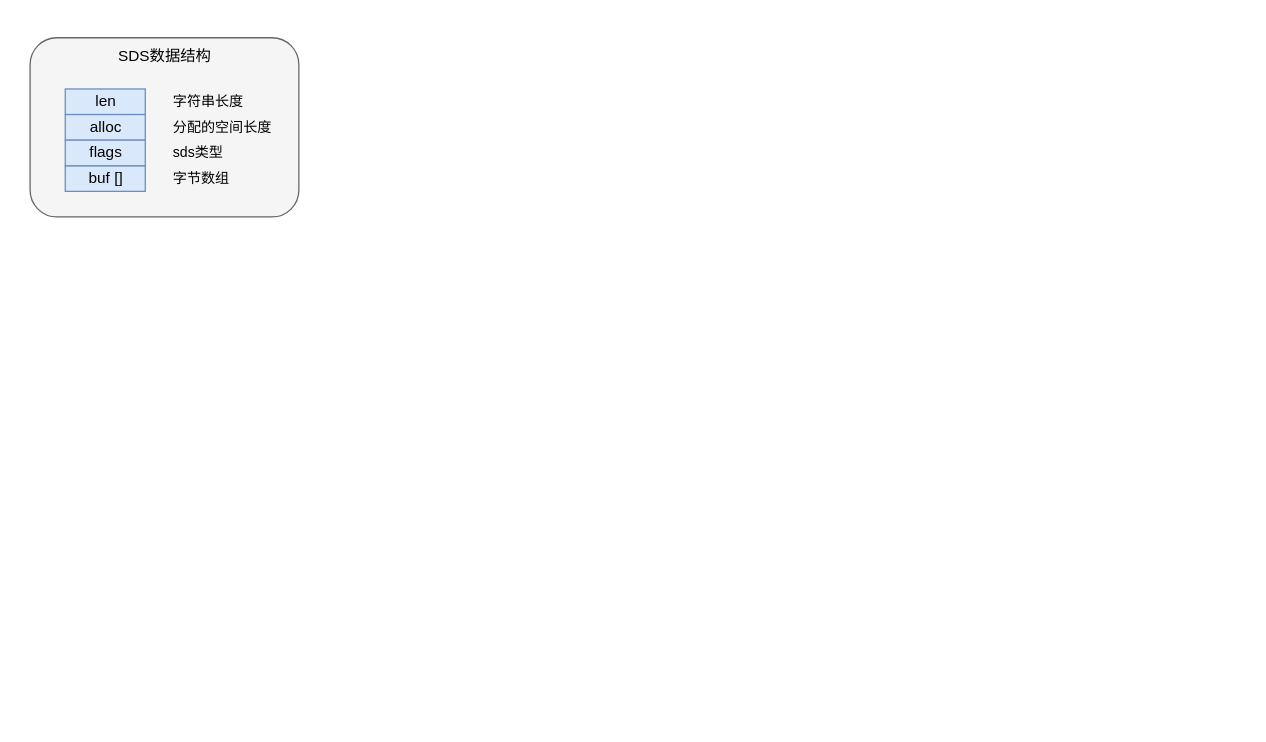
Before: redis相关图.drawio in 02maple/drawio, a draw.io diagram. Source tidied: cells renumbered, new cells numbered last; positions are measured from the earlier drawing's top-left corner, leaving out a move shared by most shapes. Both pictures are drawn from the tidied source at 128%, with x=0, y=0 at pixel (29, 37).
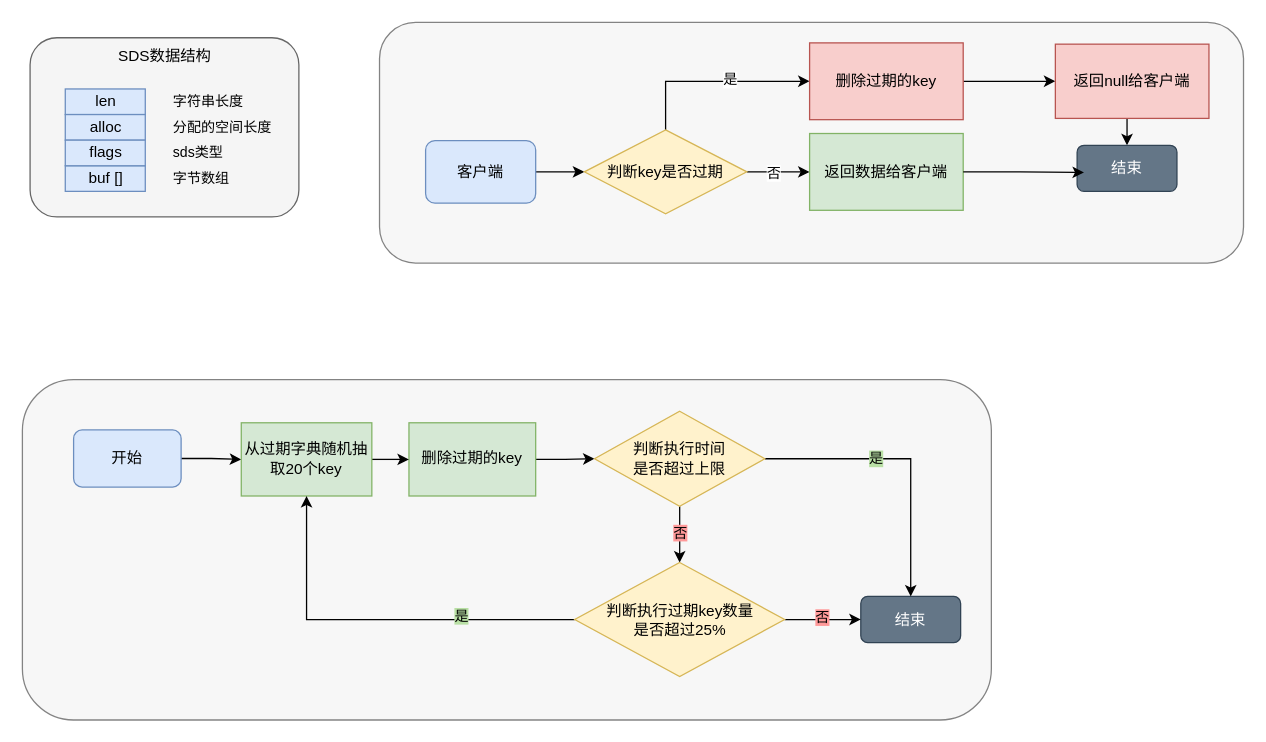
The same page after the edit.

Commit message:
更新redis相关图.drawio

Diff of the diagram source:
```diff
@@
+    <mxCell id="12" style="rounded=1;whiteSpace=wrap;html=1;opacity=80;fillColor=#f5f5f5;strokeColor=#666666;fontColor=#333333;" parent="1" vertex="1">
+      <mxGeometry x="273" y="-12" width="675" height="188" as="geometry" />
+    </mxCell>
@@
+    <mxCell id="13" style="edgeStyle=orthogonalEdgeStyle;rounded=0;jettySize=auto;html=1;exitX=1;exitY=0.5;exitDx=0;exitDy=0;entryX=0;entryY=0.5;entryDx=0;entryDy=0;" parent="1" edge="1" source="14" target="19">
+      <mxGeometry relative="1" as="geometry" />
+    </mxCell>
+    <mxCell id="14" value="客户端" style="rounded=1;whiteSpace=wrap;html=1;fillColor=#dae8fc;strokeColor=#6c8ebf;" parent="1" vertex="1">
+      <mxGeometry x="309" y="80.4" width="86" height="48.8" as="geometry" />
+    </mxCell>
+    <mxCell id="15" style="edgeStyle=orthogonalEdgeStyle;rounded=0;jettySize=auto;html=1;exitX=0.5;exitY=0;exitDx=0;exitDy=0;entryX=0;entryY=0.5;entryDx=0;entryDy=0;" parent="1" edge="1" source="19" target="21">
+      <mxGeometry relative="1" as="geometry" />
+    </mxCell>
+    <mxCell id="16" value="是" style="edgeLabel;html=1;align=center;verticalAlign=middle;" parent="15" vertex="1">
+      <mxGeometry x="-0.06" y="2" relative="1" as="geometry">
+        <mxPoint x="17" as="offset" />
+      </mxGeometry>
+    </mxCell>
+    <mxCell id="17" style="edgeStyle=orthogonalEdgeStyle;rounded=0;jettySize=auto;html=1;exitX=1;exitY=0.5;exitDx=0;exitDy=0;entryX=0;entryY=0.5;entryDx=0;entryDy=0;" parent="1" edge="1" source="19" target="22">
+      <mxGeometry relative="1" as="geometry" />
+    </mxCell>
+    <mxCell id="18" value="否" style="edgeLabel;html=1;align=center;verticalAlign=middle;" parent="17" vertex="1">
+      <mxGeometry x="-0.14" y="-1" relative="1" as="geometry" />
+    </mxCell>
+    <mxCell id="19" value="判断key是否过期" style="rhombus;whiteSpace=wrap;html=1;fillColor=#fff2cc;strokeColor=#d6b656;" parent="1" vertex="1">
+      <mxGeometry x="433" y="72" width="127" height="65.5" as="geometry" />
+    </mxCell>
+    <mxCell id="20" style="edgeStyle=orthogonalEdgeStyle;rounded=0;jettySize=auto;html=1;exitX=1;exitY=0.5;exitDx=0;exitDy=0;entryX=0;entryY=0.5;entryDx=0;entryDy=0;" parent="1" edge="1" source="21" target="24">
+      <mxGeometry relative="1" as="geometry" />
+    </mxCell>
+    <mxCell id="21" value="删除过期的key" style="rounded=0;whiteSpace=wrap;html=1;fillColor=#f8cecc;strokeColor=#b85450;" parent="1" vertex="1">
+      <mxGeometry x="609" y="4" width="120" height="60" as="geometry" />
+    </mxCell>
+    <mxCell id="22" value="返回数据给客户端" style="rounded=0;whiteSpace=wrap;html=1;fillColor=#d5e8d4;strokeColor=#82b366;" parent="1" vertex="1">
+      <mxGeometry x="609" y="74.8" width="120" height="60" as="geometry" />
+    </mxCell>
+    <mxCell id="23" style="edgeStyle=orthogonalEdgeStyle;rounded=0;jettySize=auto;html=1;exitX=0.5;exitY=1;exitDx=0;exitDy=0;entryX=0.5;entryY=0;entryDx=0;entryDy=0;" parent="1" edge="1" source="24" target="25">
+      <mxGeometry relative="1" as="geometry" />
+    </mxCell>
+    <mxCell id="24" value="返回null给客户端" style="rounded=0;whiteSpace=wrap;html=1;fillColor=#f8cecc;strokeColor=#b85450;" parent="1" vertex="1">
+      <mxGeometry x="801" y="5" width="120" height="58" as="geometry" />
+    </mxCell>
+    <mxCell id="25" value="结束" style="rounded=1;whiteSpace=wrap;html=1;fillColor=#647687;fontColor=#ffffff;strokeColor=#314354;" parent="1" vertex="1">
+      <mxGeometry x="818" y="84" width="78" height="36" as="geometry" />
+    </mxCell>
+    <mxCell id="26" style="edgeStyle=orthogonalEdgeStyle;rounded=0;jettySize=auto;html=1;exitX=1;exitY=0.5;exitDx=0;exitDy=0;entryX=0.069;entryY=0.59;entryDx=0;entryDy=0;entryPerimeter=0;" parent="1" edge="1" source="22" target="25">
+      <mxGeometry relative="1" as="geometry" />
+    </mxCell>
+    <mxCell id="27" style="rounded=1;whiteSpace=wrap;html=1;opacity=80;fillColor=#f5f5f5;strokeColor=#666666;fontColor=#333333;" parent="1" vertex="1">
+      <mxGeometry x="-6" y="267" width="757" height="266" as="geometry" />
+    </mxCell>
+    <mxCell id="28" style="edgeStyle=orthogonalEdgeStyle;rounded=0;jettySize=auto;html=1;exitX=1;exitY=0.5;exitDx=0;exitDy=0;" parent="1" edge="1" source="29" target="34">
+      <mxGeometry relative="1" as="geometry" />
+    </mxCell>
+    <mxCell id="29" value="开始" style="rounded=1;whiteSpace=wrap;html=1;fillColor=#dae8fc;strokeColor=#6c8ebf;" parent="1" vertex="1">
+      <mxGeometry x="34" y="306.4" width="84" height="44.6" as="geometry" />
+    </mxCell>
+    <mxCell id="30" style="edgeStyle=orthogonalEdgeStyle;rounded=0;jettySize=auto;html=1;" parent="1" edge="1" source="31" target="39">
+      <mxGeometry relative="1" as="geometry" />
+    </mxCell>
+    <mxCell id="31" value="删除过期的key" style="rounded=0;whiteSpace=wrap;html=1;fillColor=#d5e8d4;strokeColor=#82b366;" parent="1" vertex="1">
+      <mxGeometry x="296" y="300.8" width="99" height="57.2" as="geometry" />
+    </mxCell>
+    <mxCell id="32" value="结束" style="rounded=1;whiteSpace=wrap;html=1;fillColor=#647687;fontColor=#ffffff;strokeColor=#314354;" parent="1" vertex="1">
+      <mxGeometry x="649" y="436.5" width="78" height="36" as="geometry" />
+    </mxCell>
+    <mxCell id="33" style="edgeStyle=orthogonalEdgeStyle;rounded=0;jettySize=auto;html=1;exitX=1;exitY=0.5;exitDx=0;exitDy=0;" parent="1" edge="1" source="34" target="31">
+      <mxGeometry relative="1" as="geometry" />
+    </mxCell>
+    <mxCell id="34" value="从过期字典随机抽取20个key" style="rounded=0;whiteSpace=wrap;html=1;fillColor=#d5e8d4;strokeColor=#82b366;" parent="1" vertex="1">
+      <mxGeometry x="165" y="300.8" width="102" height="57.2" as="geometry" />
+    </mxCell>
+    <mxCell id="35" style="edgeStyle=orthogonalEdgeStyle;rounded=0;jettySize=auto;html=1;exitX=1;exitY=0.5;exitDx=0;exitDy=0;entryX=0.5;entryY=0;entryDx=0;entryDy=0;" parent="1" edge="1" source="39" target="32">
+      <mxGeometry relative="1" as="geometry" />
+    </mxCell>
+    <mxCell id="36" value="是" style="edgeLabel;html=1;align=center;verticalAlign=middle;labelBackgroundColor=#B9E0A5;" parent="35" vertex="1">
+      <mxGeometry x="-0.22" relative="1" as="geometry" />
+    </mxCell>
+    <mxCell id="37" style="edgeStyle=orthogonalEdgeStyle;rounded=0;jettySize=auto;html=1;" parent="1" edge="1" source="39" target="44">
+      <mxGeometry relative="1" as="geometry" />
+    </mxCell>
+    <mxCell id="38" value="否" style="edgeLabel;html=1;align=center;verticalAlign=middle;labelBackgroundColor=#FF9999;" parent="37" vertex="1">
+      <mxGeometry x="0.02" y="1" relative="1" as="geometry">
+        <mxPoint x="-1" y="-2" as="offset" />
+      </mxGeometry>
+    </mxCell>
+    <mxCell id="39" value="判断执行时间&lt;div&gt;是否超过上限&lt;/div&gt;" style="rhombus;whiteSpace=wrap;html=1;fillColor=#fff2cc;strokeColor=#d6b656;" parent="1" vertex="1">
+      <mxGeometry x="441" y="291.8" width="133" height="74.2" as="geometry" />
+    </mxCell>
+    <mxCell id="40" style="edgeStyle=orthogonalEdgeStyle;rounded=0;jettySize=auto;html=1;" parent="1" edge="1" source="44" target="32">
+      <mxGeometry relative="1" as="geometry" />
+    </mxCell>
+    <mxCell id="41" value="否" style="edgeLabel;html=1;align=center;verticalAlign=middle;labelBackgroundColor=#FF9999;" parent="40" vertex="1">
+      <mxGeometry x="-0.01" y="2" relative="1" as="geometry" />
+    </mxCell>
+    <mxCell id="42" style="edgeStyle=orthogonalEdgeStyle;rounded=0;jettySize=auto;html=1;exitX=0;exitY=0.5;exitDx=0;exitDy=0;" parent="1" edge="1" source="44" target="34">
+      <mxGeometry relative="1" as="geometry" />
+    </mxCell>
+    <mxCell id="43" value="是" style="edgeLabel;html=1;align=center;verticalAlign=middle;labelBackgroundColor=#B9E0A5;" parent="42" vertex="1">
+      <mxGeometry x="-0.42" y="-3" relative="1" as="geometry" />
+    </mxCell>
+    <mxCell id="44" value="判断执行过期key数量&lt;div&gt;是否超过25%&lt;/div&gt;" style="rhombus;whiteSpace=wrap;html=1;fillColor=#fff2cc;strokeColor=#d6b656;" parent="1" vertex="1">
+      <mxGeometry x="425.5" y="410" width="164" height="89" as="geometry" />
+    </mxCell>
```
